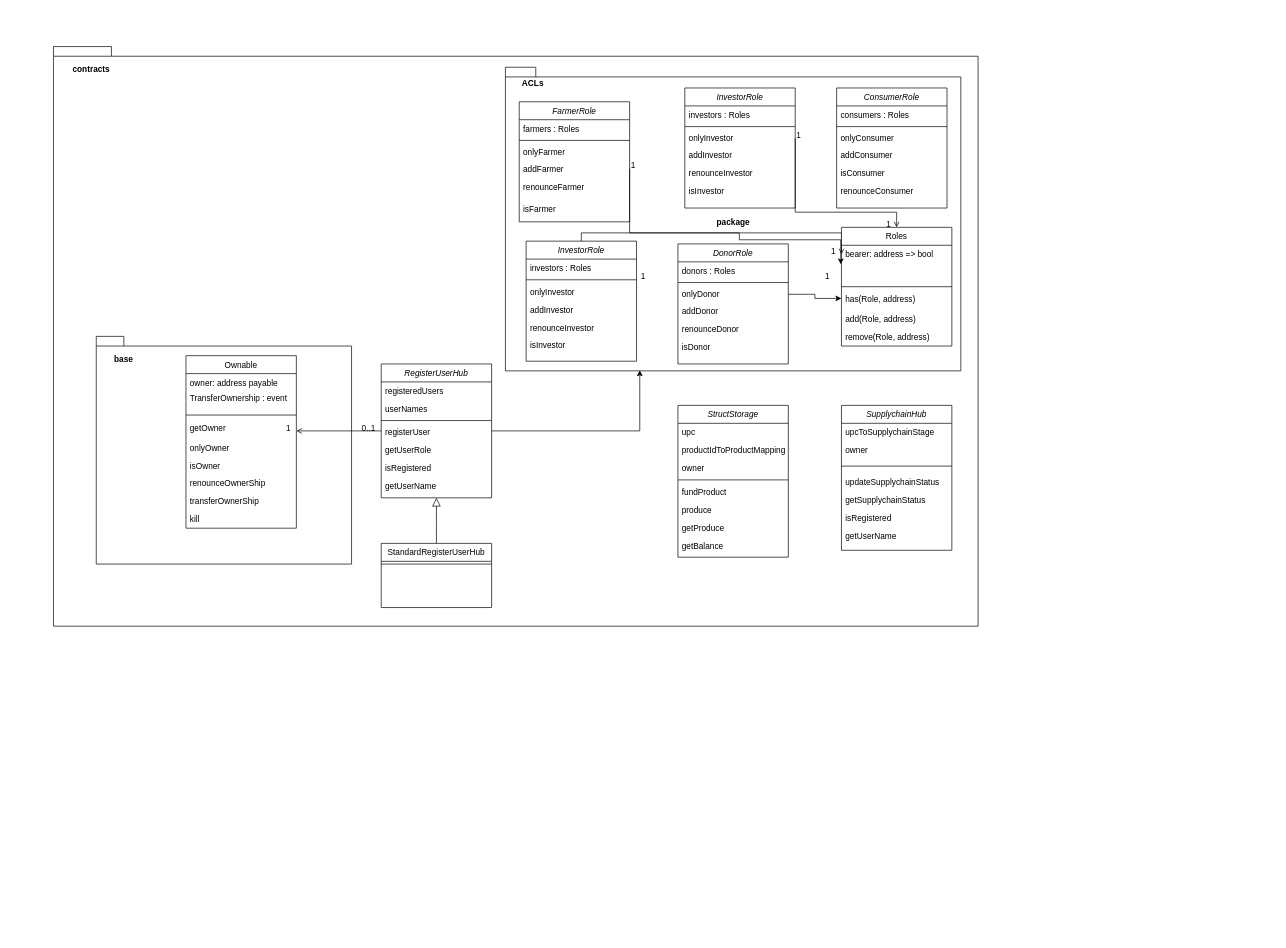
Before: Class Diagram.drawio in mukulChandYadav/AgriculturalMarketplaceCrowdfunding, a draw.io diagram. Source tidied: cells renumbered, new cells numbered last; positions are measured from the earlier drawing's top-left corner, leaving out a move shared by most shapes. Both pictures are drawn from the tidied source at 69%, with x=0, y=0 at pixel (12, 12).
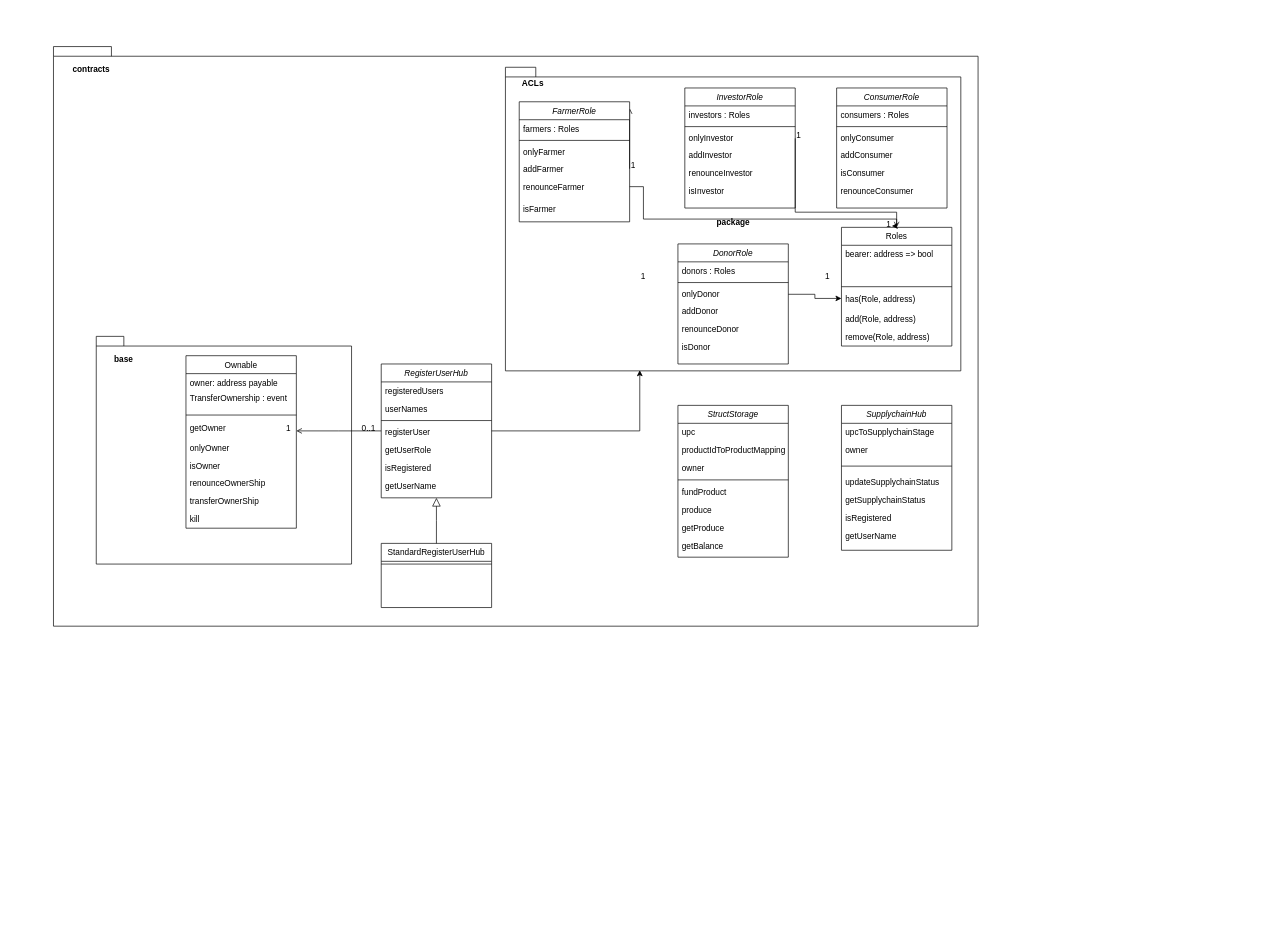
The same diagram, later.

Unchanged cells that the change refers to:
```xml
<mxCell id="38" value="package" style="shape=folder;fontStyle=1;spacingTop=10;tabWidth=40;tabHeight=14;tabPosition=left;html=1;" parent="1" vertex="1">
  <mxGeometry x="715" y="80" width="660" height="440" as="geometry" />
</mxCell>
<mxCell id="48" value="addFarmer" style="text;align=left;verticalAlign=top;spacingLeft=4;spacingRight=4;overflow=hidden;points=[[0,0.5],[1,0.5]];portConstraint=eastwest;" parent="43" vertex="1">
  <mxGeometry y="84" width="160" height="26" as="geometry" />
</mxCell>
<mxCell id="49" value="renounceFarmer" style="text;align=left;verticalAlign=top;spacingLeft=4;spacingRight=4;overflow=hidden;points=[[0,0.5],[1,0.5]];portConstraint=eastwest;" parent="43" vertex="1">
  <mxGeometry y="110" width="160" height="26" as="geometry" />
</mxCell>
<mxCell id="53" value="bearer: address =&gt; bool" style="text;align=left;verticalAlign=top;spacingLeft=4;spacingRight=4;overflow=hidden;points=[[0,0.5],[1,0.5]];portConstraint=eastwest;" parent="52" vertex="1">
  <mxGeometry y="26" width="160" height="26" as="geometry" />
</mxCell>
```

What changed in the source:
```diff
@@
-    <mxCell id="40" style="endArrow=open;shadow=0;strokeWidth=1;rounded=0;endFill=1;edgeStyle=elbowEdgeStyle;elbow=vertical;entryX=0;entryY=0.5;entryDx=0;entryDy=0;exitX=1;exitY=0.5;exitDx=0;exitDy=0;" parent="1" edge="1" source="48" target="53">
+    <mxCell id="40" style="endArrow=open;shadow=0;strokeWidth=1;rounded=0;endFill=1;edgeStyle=elbowEdgeStyle;elbow=vertical;exitX=1;exitY=0.5;exitDx=0;exitDy=0;" parent="1" edge="1" source="48" target="38">
       <mxGeometry x="0.5" y="41" relative="1" as="geometry">
         <Array as="points">
           <mxPoint x="1135" y="320" />
           <mxPoint x="1125" y="310" />
           <mxPoint x="1055" y="290" />
         </Array>
         <mxPoint x="-40" y="32" as="offset" />
       </mxGeometry>
     </mxCell>
@@
-    <mxCell id="76" style="group;" parent="1" vertex="1">
-      <mxGeometry x="735" y="322" width="170" height="184" as="geometry" />
-    </mxCell>
-    <mxCell id="77" style="group;" parent="76" vertex="1">
-      <mxGeometry width="160" height="174" as="geometry" />
-    </mxCell>
-    <mxCell id="78" value="isInvestor" style="text;align=left;verticalAlign=top;spacingLeft=4;spacingRight=4;overflow=hidden;" parent="77" vertex="1">
-      <mxGeometry x="10" y="148" width="160" height="26" as="geometry" />
-    </mxCell>
-    <mxCell id="79" value="renounceInvestor" style="text;align=left;verticalAlign=top;spacingLeft=4;spacingRight=4;overflow=hidden;" parent="76" vertex="1">
-      <mxGeometry x="10" y="122" width="160" height="26" as="geometry" />
-    </mxCell>
-    <mxCell id="80" value="addInvestor" style="text;align=left;verticalAlign=top;spacingLeft=4;spacingRight=4;overflow=hidden;" parent="76" vertex="1">
-      <mxGeometry x="10" y="96" width="160" height="26" as="geometry" />
-    </mxCell>
-    <mxCell id="81" value="InvestorRole" style="swimlane;fontStyle=2;align=center;verticalAlign=top;horizontal=1;startSize=26;rounded=0;shadow=0;strokeWidth=1;" parent="76" vertex="1">
-      <mxGeometry x="10" y="10" width="160" height="174" as="geometry" />
-    </mxCell>
-    <mxCell id="82" value="investors : Roles" style="text;align=left;verticalAlign=top;spacingLeft=4;spacingRight=4;overflow=hidden;" parent="81" vertex="1">
-      <mxGeometry y="26" width="160" height="26" as="geometry" />
-    </mxCell>
-    <mxCell id="83" style="line;html=1;strokeWidth=1;align=left;verticalAlign=middle;spacingTop=-1;spacingLeft=3;spacingRight=3;labelPosition=right;" parent="81" vertex="1">
-      <mxGeometry y="52" width="160" height="8" as="geometry" />
-    </mxCell>
-    <mxCell id="84" value="onlyInvestor" style="text;align=left;verticalAlign=top;spacingLeft=4;spacingRight=4;overflow=hidden;" parent="81" vertex="1">
-      <mxGeometry y="60" width="160" height="26" as="geometry" />
-    </mxCell>
@@
-    <mxCell id="88" style="edgeStyle=orthogonalEdgeStyle;rounded=0;jettySize=auto;html=1;entryX=-0.006;entryY=1.064;entryDx=0;entryDy=0;entryPerimeter=0;" parent="1" edge="1" source="81" target="53">
-      <mxGeometry relative="1" as="geometry">
-        <Array as="points">
-          <mxPoint x="825" y="320" />
-          <mxPoint x="1054" y="320" />
-          <mxPoint x="1054" y="330" />
-          <mxPoint x="1201" y="330" />
-        </Array>
-      </mxGeometry>
-    </mxCell>
@@
+    <mxCell id="110" style="edgeStyle=orthogonalEdgeStyle;rounded=0;jettySize=auto;html=1;exitX=1;exitY=0.5;exitDx=0;exitDy=0;" parent="1" edge="1" source="49">
+      <mxGeometry relative="1" as="geometry">
+        <mxPoint x="1275" y="310" as="targetPoint" />
+        <Array as="points">
+          <mxPoint x="915" y="253" />
+          <mxPoint x="915" y="300" />
+          <mxPoint x="1282" y="300" />
+        </Array>
+      </mxGeometry>
+    </mxCell>
```
